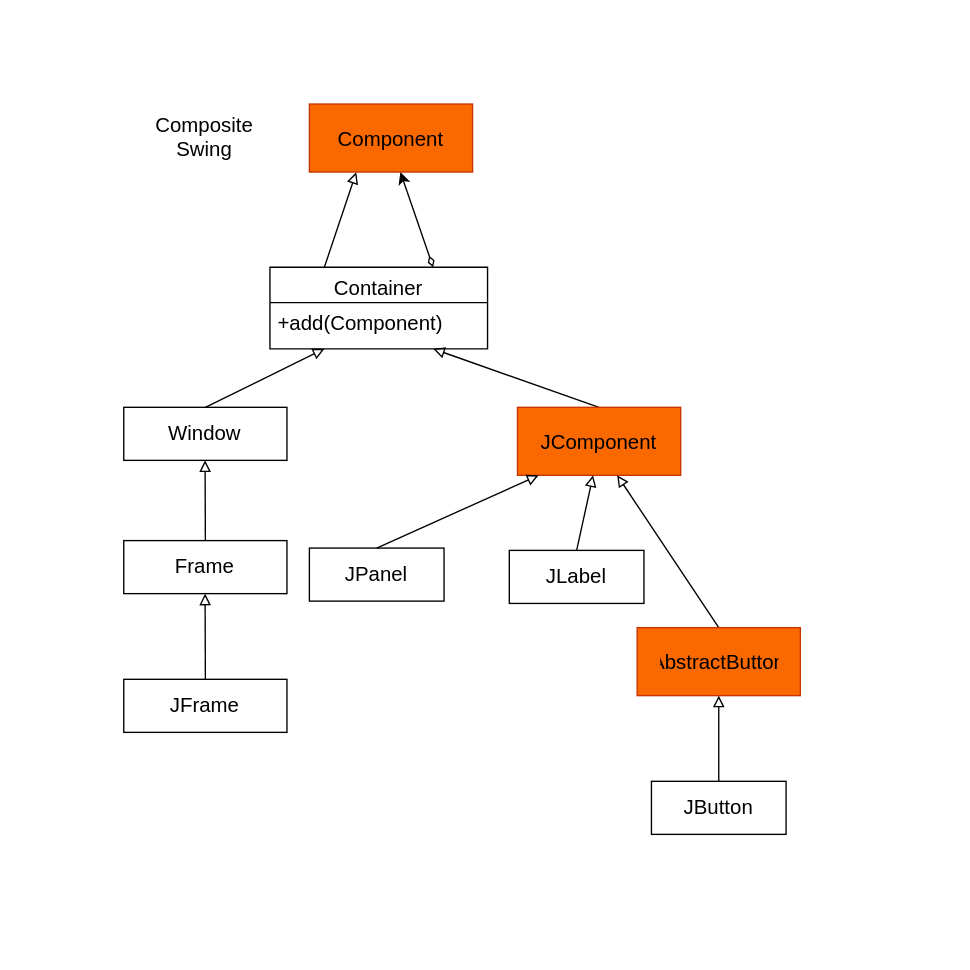
This is Engenharia de Software 3/composite/compositeUml.drawio from Simonehk/Bertoti, a draw.io file, before an edit. Source tidied: cells renumbered, new cells numbered last; positions are measured from the earlier drawing's top-left corner, leaving out a move shared by most shapes. Both pictures are drawn from the tidied source at 136%, with x=0, y=0 at pixel (22, 22).
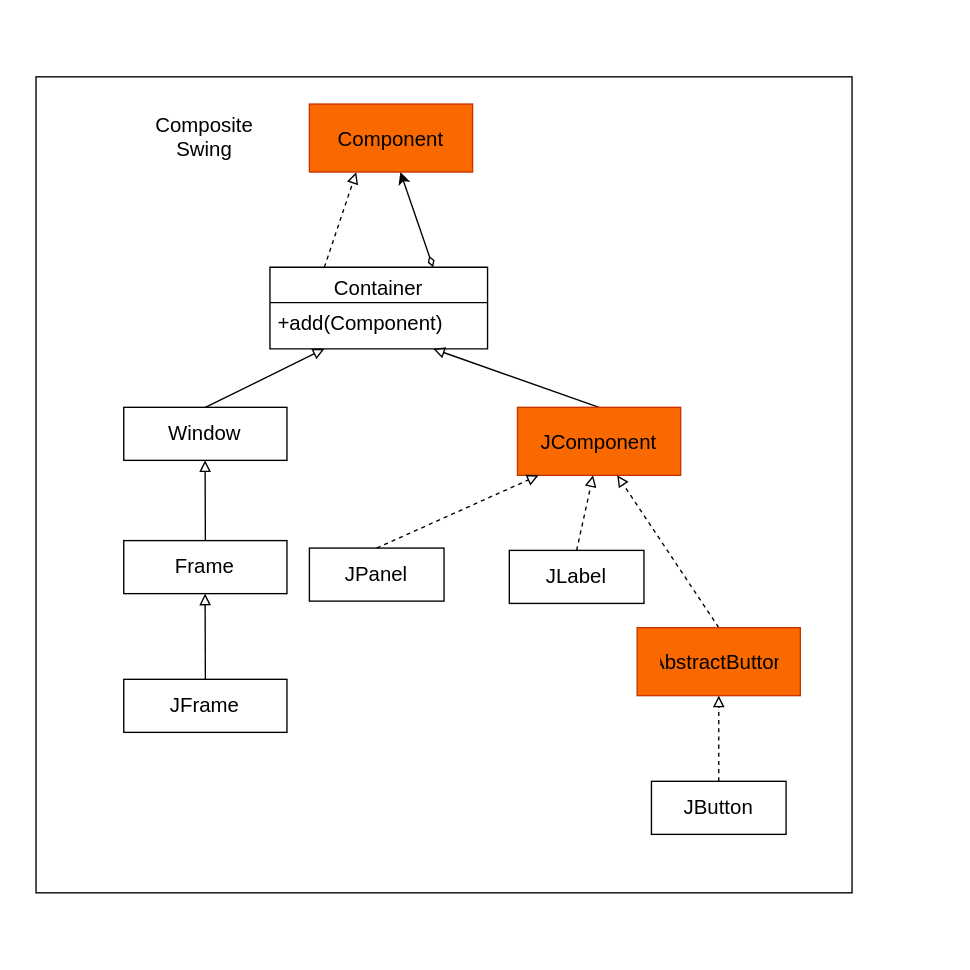
The same diagram, later.

Commit message (it also covers changes not shown here):
fix: composite UML

Unchanged cells that the change refers to:
```xml
<mxCell id="4" value="Container" style="swimlane;fontStyle=0;align=center;verticalAlign=top;horizontal=1;startSize=26;rounded=0;shadow=0;strokeWidth=1;strokeColor=#000000;fontSize=15;" parent="1" vertex="1">
  <mxGeometry x="182" y="180" width="160" height="60" as="geometry" />
</mxCell>
<mxCell id="8" value="Component" style="text;align=center;verticalAlign=top;spacingLeft=4;spacingRight=4;overflow=hidden;points=[[0,0.5],[1,0.5]];portConstraint=eastwest;rounded=0;shadow=0;html=0;fontSize=15;" parent="1" vertex="1">
  <mxGeometry x="223.5" y="70" width="95" height="40" as="geometry" />
</mxCell>
<mxCell id="20" value="JComponent" style="text;align=center;verticalAlign=top;spacingLeft=4;spacingRight=4;overflow=hidden;points=[[0,0.5],[1,0.5]];portConstraint=eastwest;rounded=0;shadow=0;html=0;fontSize=15;" parent="1" vertex="1">
  <mxGeometry x="376.5" y="293" width="95" height="40" as="geometry" />
</mxCell>
<mxCell id="22" style="rounded=0;whiteSpace=wrap;html=1;fillColor=#fa6800;fontColor=#000000;strokeColor=#C73500;" parent="1" vertex="1">
  <mxGeometry x="452" y="445" width="120" height="50" as="geometry" />
</mxCell>
<mxCell id="25" style="rounded=0;whiteSpace=wrap;html=1;fillColor=none;strokeColor=#000000;" parent="1" vertex="1">
  <mxGeometry x="211" y="386.5" width="99" height="39" as="geometry" />
</mxCell>
<mxCell id="28" style="rounded=0;whiteSpace=wrap;html=1;fillColor=none;strokeColor=#000000;" parent="1" vertex="1">
  <mxGeometry x="358" y="388.2" width="99" height="39" as="geometry" />
</mxCell>
<mxCell id="31" style="rounded=0;whiteSpace=wrap;html=1;fillColor=none;strokeColor=#000000;" parent="1" vertex="1">
  <mxGeometry x="462.5" y="558" width="99" height="39" as="geometry" />
</mxCell>
```

Diff of the diagram source:
```diff
@@
-    <mxCell id="2" style="edgeStyle=none;html=1;exitX=0.25;exitY=0;exitDx=0;exitDy=0;entryX=0.231;entryY=1.004;entryDx=0;entryDy=0;entryPerimeter=0;fontSize=15;fontColor=#000000;strokeColor=#000000;endArrow=block;endFill=0;strokeWidth=1;" parent="1" edge="1" source="4" target="8">
+    <mxCell id="2" style="edgeStyle=none;html=1;exitX=0.25;exitY=0;exitDx=0;exitDy=0;entryX=0.231;entryY=1.004;entryDx=0;entryDy=0;entryPerimeter=0;fontSize=15;fontColor=#000000;strokeColor=#000000;endArrow=block;endFill=0;strokeWidth=1;dashed=1;" parent="1" edge="1" source="4" target="8">
       <mxGeometry relative="1" as="geometry" />
     </mxCell>
@@
-    <mxCell id="21" style="edgeStyle=none;html=1;exitX=0.5;exitY=0;exitDx=0;exitDy=0;strokeColor=#000000;strokeWidth=1;fontSize=15;fontColor=#000000;startArrow=none;startFill=0;endArrow=block;endFill=0;" parent="1" edge="1" source="22" target="20">
+    <mxCell id="21" style="edgeStyle=none;html=1;exitX=0.5;exitY=0;exitDx=0;exitDy=0;strokeColor=#000000;strokeWidth=1;fontSize=15;fontColor=#000000;startArrow=none;startFill=0;endArrow=block;endFill=0;dashed=1;" parent="1" edge="1" source="22" target="20">
       <mxGeometry relative="1" as="geometry" />
     </mxCell>
@@
-    <mxCell id="24" style="edgeStyle=none;html=1;exitX=0.5;exitY=0;exitDx=0;exitDy=0;strokeColor=#000000;strokeWidth=1;fontSize=15;fontColor=#000000;startArrow=none;startFill=0;endArrow=block;endFill=0;" parent="1" edge="1" source="25" target="20">
+    <mxCell id="24" style="edgeStyle=none;html=1;exitX=0.5;exitY=0;exitDx=0;exitDy=0;strokeColor=#000000;strokeWidth=1;fontSize=15;fontColor=#000000;startArrow=none;startFill=0;endArrow=block;endFill=0;dashed=1;" parent="1" edge="1" source="25" target="20">
       <mxGeometry relative="1" as="geometry" />
     </mxCell>
@@
-    <mxCell id="27" style="edgeStyle=none;html=1;exitX=0.5;exitY=0;exitDx=0;exitDy=0;strokeColor=#000000;strokeWidth=1;fontSize=15;fontColor=#000000;startArrow=none;startFill=0;endArrow=block;endFill=0;" parent="1" edge="1" source="28" target="20">
+    <mxCell id="27" style="edgeStyle=none;html=1;exitX=0.5;exitY=0;exitDx=0;exitDy=0;strokeColor=#000000;strokeWidth=1;fontSize=15;fontColor=#000000;startArrow=none;startFill=0;endArrow=block;endFill=0;dashed=1;" parent="1" edge="1" source="28" target="20">
       <mxGeometry relative="1" as="geometry" />
     </mxCell>
@@
-    <mxCell id="30" style="edgeStyle=none;html=1;exitX=0.5;exitY=0;exitDx=0;exitDy=0;strokeColor=#000000;strokeWidth=1;fontSize=15;fontColor=#000000;startArrow=none;startFill=0;endArrow=block;endFill=0;entryX=0.5;entryY=1;entryDx=0;entryDy=0;" parent="1" edge="1" source="31" target="22">
+    <mxCell id="30" style="edgeStyle=none;html=1;exitX=0.5;exitY=0;exitDx=0;exitDy=0;strokeColor=#000000;strokeWidth=1;fontSize=15;fontColor=#000000;startArrow=none;startFill=0;endArrow=block;endFill=0;entryX=0.5;entryY=1;entryDx=0;entryDy=0;dashed=1;" parent="1" edge="1" source="31" target="22">
       <mxGeometry relative="1" as="geometry" />
     </mxCell>
@@
-    <mxCell id="33" style="whiteSpace=wrap;html=1;fillColor=none;strokeColor=#FFFFFF;" parent="1" vertex="1">
-      <mxGeometry width="680" height="680" as="geometry" />
+    <mxCell id="33" style="rounded=0;whiteSpace=wrap;html=1;fillColor=none;" parent="1" vertex="1">
+      <mxGeometry x="10" y="40" width="600" height="600" as="geometry" />
     </mxCell>
```
